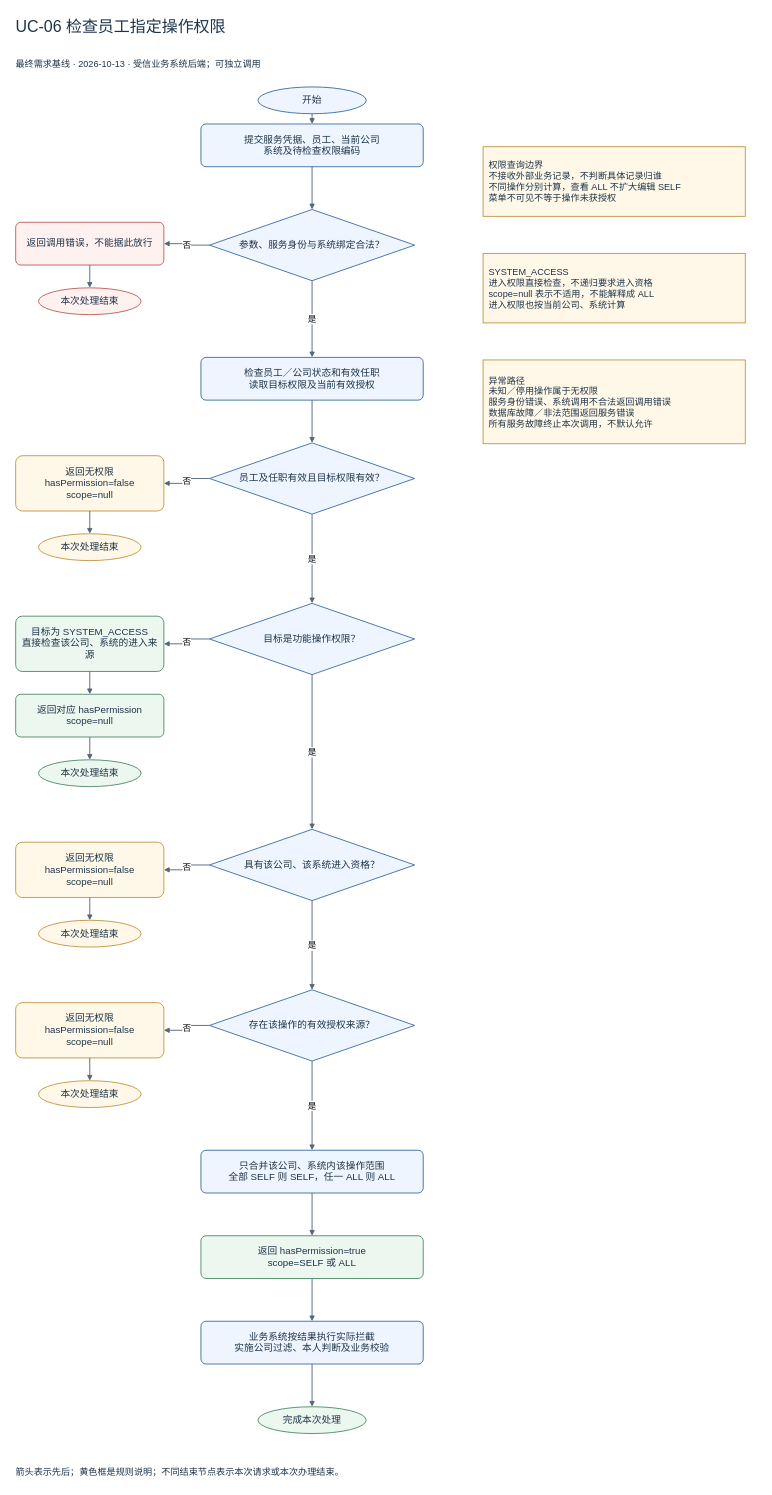
The draw.io diagram docs/flows-v1/UC-06_检查员工指定操作权限_流程图.drawio in Noah-hope/RBAC-admin, before the edit. Source tidied: cells renumbered, new cells numbered last; positions are measured from the earlier drawing's top-left corner, leaving out a move shared by most shapes. Both pictures are drawn from the tidied source at 57%, with x=0, y=0 at pixel (10, 10).
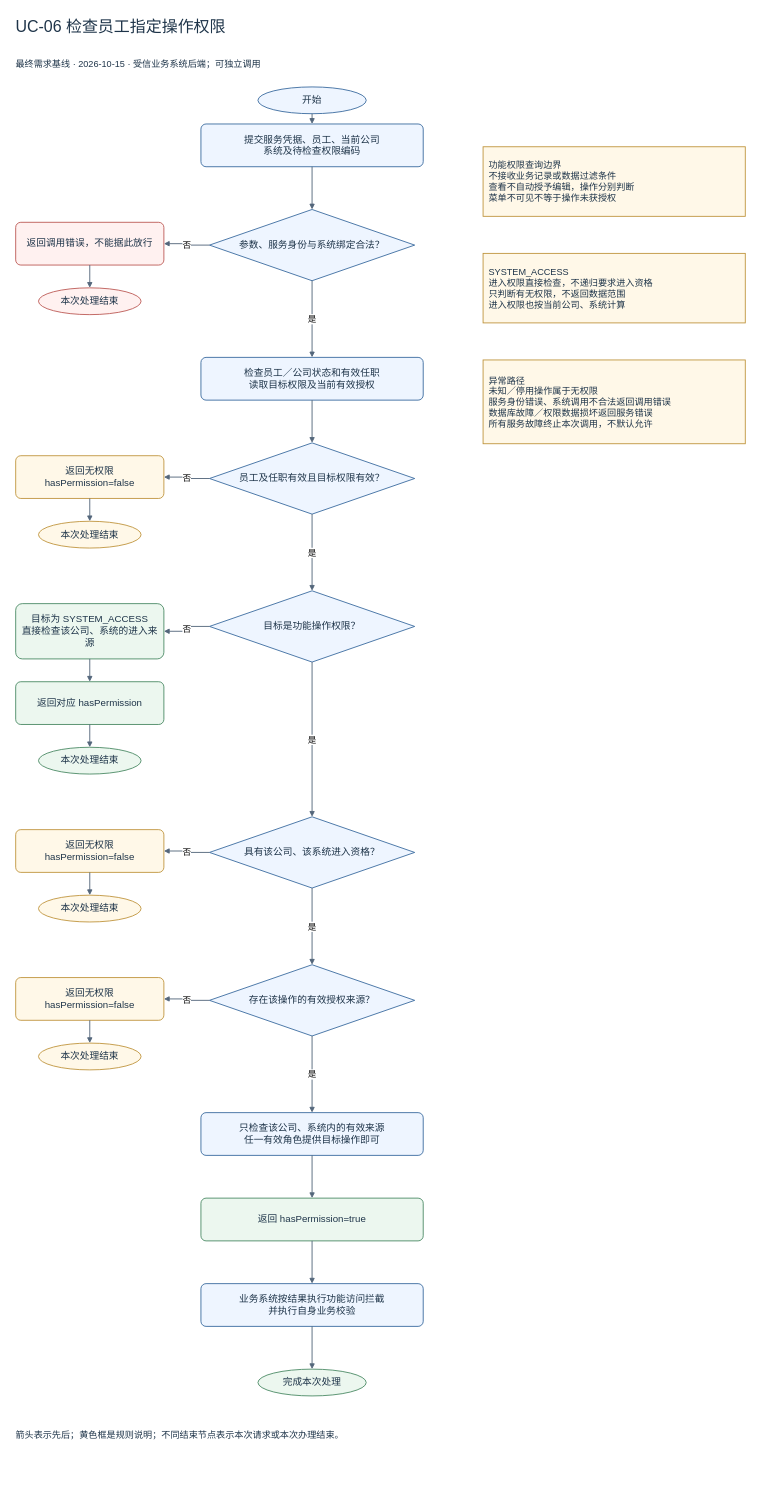
The same page after the edit.

What changed in the source:
```diff
@@
-    <mxCell id="3" value="最终需求基线 · 2026-10-13 · 受信业务系统后端；可独立调用" style="text;html=1;whiteSpace=wrap;fontFamily=Microsoft YaHei;fontSize=17;fontColor=#1e3449;align=center;verticalAlign=middle;spacing=10;fillColor=#eef5ff;strokeColor=#32649a;strokeWidth=1.5;fillColor=none;strokeColor=none;align=left;fontSize=16;" parent="1" vertex="1">
+    <mxCell id="3" value="最终需求基线 · 2026-10-15 · 受信业务系统后端；可独立调用" style="text;html=1;whiteSpace=wrap;fontFamily=Microsoft YaHei;fontSize=17;fontColor=#1e3449;align=center;verticalAlign=middle;spacing=10;fillColor=#eef5ff;strokeColor=#32649a;strokeWidth=1.5;fillColor=none;strokeColor=none;align=left;fontSize=16;" parent="1" vertex="1">
       <mxGeometry y="70" width="1320" height="50" as="geometry" />
     </mxCell>
@@
-    <mxCell id="11" value="返回无权限&lt;br&gt;hasPermission=false&lt;br&gt;scope=null" style="rounded=1;arcSize=12;html=1;whiteSpace=wrap;fontFamily=Microsoft YaHei;fontSize=17;fontColor=#1e3449;align=center;verticalAlign=middle;spacing=10;fillColor=#fff8e8;strokeColor=#bc9036;strokeWidth=1.5;" parent="1" vertex="1">
-      <mxGeometry x="10" y="782" width="260" height="97" as="geometry" />
+    <mxCell id="11" value="返回无权限&lt;br&gt;hasPermission=false" style="rounded=1;arcSize=12;html=1;whiteSpace=wrap;fontFamily=Microsoft YaHei;fontSize=17;fontColor=#1e3449;align=center;verticalAlign=middle;spacing=10;fillColor=#fff8e8;strokeColor=#bc9036;strokeWidth=1.5;" parent="1" vertex="1">
+      <mxGeometry x="10" y="782" width="260" height="75" as="geometry" />
     </mxCell>
     <mxCell id="12" value="本次处理结束" style="ellipse;html=1;whiteSpace=wrap;fontFamily=Microsoft YaHei;fontSize=17;fontColor=#1e3449;align=center;verticalAlign=middle;spacing=10;fillColor=#fff8e8;strokeColor=#bc9036;strokeWidth=1.5;" parent="1" vertex="1">
-      <mxGeometry x="50" y="919" width="180" height="47" as="geometry" />
+      <mxGeometry x="50" y="897" width="180" height="47" as="geometry" />
     </mxCell>
     <mxCell id="13" value="目标是功能操作权限？" style="rhombus;html=1;whiteSpace=wrap;fontFamily=Microsoft YaHei;fontSize=17;fontColor=#1e3449;align=center;verticalAlign=middle;spacing=10;fillColor=#eef5ff;strokeColor=#32649a;strokeWidth=1.5;" parent="1" vertex="1">
-      <mxGeometry x="350" y="1041" width="360" height="125" as="geometry" />
+      <mxGeometry x="350" y="1019" width="360" height="125" as="geometry" />
     </mxCell>
     <mxCell id="14" value="目标为 SYSTEM_ACCESS&lt;br&gt;直接检查该公司、系统的进入来源" style="rounded=1;arcSize=12;html=1;whiteSpace=wrap;fontFamily=Microsoft YaHei;fontSize=17;fontColor=#1e3449;align=center;verticalAlign=middle;spacing=10;fillColor=#ecf7ef;strokeColor=#44855e;strokeWidth=1.5;" parent="1" vertex="1">
-      <mxGeometry x="10" y="1063.5" width="260" height="97" as="geometry" />
+      <mxGeometry x="10" y="1041.5" width="260" height="97" as="geometry" />
     </mxCell>
-    <mxCell id="15" value="返回对应 hasPermission&lt;br&gt;scope=null" style="rounded=1;arcSize=12;html=1;whiteSpace=wrap;fontFamily=Microsoft YaHei;fontSize=17;fontColor=#1e3449;align=center;verticalAlign=middle;spacing=10;fillColor=#ecf7ef;strokeColor=#44855e;strokeWidth=1.5;" parent="1" vertex="1">
-      <mxGeometry x="10" y="1200.5" width="260" height="75" as="geometry" />
+    <mxCell id="15" value="返回对应 hasPermission" style="rounded=1;arcSize=12;html=1;whiteSpace=wrap;fontFamily=Microsoft YaHei;fontSize=17;fontColor=#1e3449;align=center;verticalAlign=middle;spacing=10;fillColor=#ecf7ef;strokeColor=#44855e;strokeWidth=1.5;" parent="1" vertex="1">
+      <mxGeometry x="10" y="1178.5" width="260" height="75" as="geometry" />
     </mxCell>
     <mxCell id="16" value="本次处理结束" style="ellipse;html=1;whiteSpace=wrap;fontFamily=Microsoft YaHei;fontSize=17;fontColor=#1e3449;align=center;verticalAlign=middle;spacing=10;fillColor=#ecf7ef;strokeColor=#44855e;strokeWidth=1.5;" parent="1" vertex="1">
-      <mxGeometry x="50" y="1315.5" width="180" height="47" as="geometry" />
+      <mxGeometry x="50" y="1293.5" width="180" height="47" as="geometry" />
     </mxCell>
     <mxCell id="17" value="具有该公司、该系统进入资格？" style="rhombus;html=1;whiteSpace=wrap;fontFamily=Microsoft YaHei;fontSize=17;fontColor=#1e3449;align=center;verticalAlign=middle;spacing=10;fillColor=#eef5ff;strokeColor=#32649a;strokeWidth=1.5;" parent="1" vertex="1">
-      <mxGeometry x="350" y="1437.5" width="360" height="125" as="geometry" />
+      <mxGeometry x="350" y="1415.5" width="360" height="125" as="geometry" />
     </mxCell>
-    <mxCell id="18" value="返回无权限&lt;br&gt;hasPermission=false&lt;br&gt;scope=null" style="rounded=1;arcSize=12;html=1;whiteSpace=wrap;fontFamily=Microsoft YaHei;fontSize=17;fontColor=#1e3449;align=center;verticalAlign=middle;spacing=10;fillColor=#fff8e8;strokeColor=#bc9036;strokeWidth=1.5;" parent="1" vertex="1">
-      <mxGeometry x="10" y="1460" width="260" height="97" as="geometry" />
+    <mxCell id="18" value="返回无权限&lt;br&gt;hasPermission=false" style="rounded=1;arcSize=12;html=1;whiteSpace=wrap;fontFamily=Microsoft YaHei;fontSize=17;fontColor=#1e3449;align=center;verticalAlign=middle;spacing=10;fillColor=#fff8e8;strokeColor=#bc9036;strokeWidth=1.5;" parent="1" vertex="1">
+      <mxGeometry x="10" y="1438" width="260" height="75" as="geometry" />
     </mxCell>
     <mxCell id="19" value="本次处理结束" style="ellipse;html=1;whiteSpace=wrap;fontFamily=Microsoft YaHei;fontSize=17;fontColor=#1e3449;align=center;verticalAlign=middle;spacing=10;fillColor=#fff8e8;strokeColor=#bc9036;strokeWidth=1.5;" parent="1" vertex="1">
-      <mxGeometry x="50" y="1597" width="180" height="47" as="geometry" />
+      <mxGeometry x="50" y="1553" width="180" height="47" as="geometry" />
     </mxCell>
     <mxCell id="20" value="存在该操作的有效授权来源？" style="rhombus;html=1;whiteSpace=wrap;fontFamily=Microsoft YaHei;fontSize=17;fontColor=#1e3449;align=center;verticalAlign=middle;spacing=10;fillColor=#eef5ff;strokeColor=#32649a;strokeWidth=1.5;" parent="1" vertex="1">
-      <mxGeometry x="350" y="1719" width="360" height="125" as="geometry" />
+      <mxGeometry x="350" y="1675" width="360" height="125" as="geometry" />
     </mxCell>
-    <mxCell id="21" value="返回无权限&lt;br&gt;hasPermission=false&lt;br&gt;scope=null" style="rounded=1;arcSize=12;html=1;whiteSpace=wrap;fontFamily=Microsoft YaHei;fontSize=17;fontColor=#1e3449;align=center;verticalAlign=middle;spacing=10;fillColor=#fff8e8;strokeColor=#bc9036;strokeWidth=1.5;" parent="1" vertex="1">
-      <mxGeometry x="10" y="1741.5" width="260" height="97" as="geometry" />
+    <mxCell id="21" value="返回无权限&lt;br&gt;hasPermission=false" style="rounded=1;arcSize=12;html=1;whiteSpace=wrap;fontFamily=Microsoft YaHei;fontSize=17;fontColor=#1e3449;align=center;verticalAlign=middle;spacing=10;fillColor=#fff8e8;strokeColor=#bc9036;strokeWidth=1.5;" parent="1" vertex="1">
+      <mxGeometry x="10" y="1697.5" width="260" height="75" as="geometry" />
     </mxCell>
     <mxCell id="22" value="本次处理结束" style="ellipse;html=1;whiteSpace=wrap;fontFamily=Microsoft YaHei;fontSize=17;fontColor=#1e3449;align=center;verticalAlign=middle;spacing=10;fillColor=#fff8e8;strokeColor=#bc9036;strokeWidth=1.5;" parent="1" vertex="1">
-      <mxGeometry x="50" y="1878.5" width="180" height="47" as="geometry" />
+      <mxGeometry x="50" y="1812.5" width="180" height="47" as="geometry" />
     </mxCell>
-    <mxCell id="23" value="只合并该公司、系统内该操作范围&lt;br&gt;全部 SELF 则 SELF，任一 ALL 则 ALL" style="rounded=1;arcSize=12;html=1;whiteSpace=wrap;fontFamily=Microsoft YaHei;fontSize=17;fontColor=#1e3449;align=center;verticalAlign=middle;spacing=10;fillColor=#eef5ff;strokeColor=#32649a;strokeWidth=1.5;" parent="1" vertex="1">
-      <mxGeometry x="335" y="2000.5" width="390" height="75" as="geometry" />
+    <mxCell id="23" value="只检查该公司、系统内的有效来源&lt;br&gt;任一有效角色提供目标操作即可" style="rounded=1;arcSize=12;html=1;whiteSpace=wrap;fontFamily=Microsoft YaHei;fontSize=17;fontColor=#1e3449;align=center;verticalAlign=middle;spacing=10;fillColor=#eef5ff;strokeColor=#32649a;strokeWidth=1.5;" parent="1" vertex="1">
+      <mxGeometry x="335" y="1934.5" width="390" height="75" as="geometry" />
     </mxCell>
-    <mxCell id="24" value="返回 hasPermission=true&lt;br&gt;scope=SELF 或 ALL" style="rounded=1;arcSize=12;html=1;whiteSpace=wrap;fontFamily=Microsoft YaHei;fontSize=17;fontColor=#1e3449;align=center;verticalAlign=middle;spacing=10;fillColor=#ecf7ef;strokeColor=#44855e;strokeWidth=1.5;" parent="1" vertex="1">
-      <mxGeometry x="335" y="2150.5" width="390" height="75" as="geometry" />
+    <mxCell id="24" value="返回 hasPermission=true" style="rounded=1;arcSize=12;html=1;whiteSpace=wrap;fontFamily=Microsoft YaHei;fontSize=17;fontColor=#1e3449;align=center;verticalAlign=middle;spacing=10;fillColor=#ecf7ef;strokeColor=#44855e;strokeWidth=1.5;" parent="1" vertex="1">
+      <mxGeometry x="335" y="2084.5" width="390" height="75" as="geometry" />
     </mxCell>
-    <mxCell id="25" value="业务系统按结果执行实际拦截&lt;br&gt;实施公司过滤、本人判断及业务校验" style="rounded=1;arcSize=12;html=1;whiteSpace=wrap;fontFamily=Microsoft YaHei;fontSize=17;fontColor=#1e3449;align=center;verticalAlign=middle;spacing=10;fillColor=#eef5ff;strokeColor=#32649a;strokeWidth=1.5;" parent="1" vertex="1">
-      <mxGeometry x="335" y="2300.5" width="390" height="75" as="geometry" />
+    <mxCell id="25" value="业务系统按结果执行功能访问拦截&lt;br&gt;并执行自身业务校验" style="rounded=1;arcSize=12;html=1;whiteSpace=wrap;fontFamily=Microsoft YaHei;fontSize=17;fontColor=#1e3449;align=center;verticalAlign=middle;spacing=10;fillColor=#eef5ff;strokeColor=#32649a;strokeWidth=1.5;" parent="1" vertex="1">
+      <mxGeometry x="335" y="2234.5" width="390" height="75" as="geometry" />
     </mxCell>
     <mxCell id="26" value="完成本次处理" style="ellipse;html=1;whiteSpace=wrap;fontFamily=Microsoft YaHei;fontSize=17;fontColor=#1e3449;align=center;verticalAlign=middle;spacing=10;fillColor=#ecf7ef;strokeColor=#44855e;strokeWidth=1.5;" parent="1" vertex="1">
-      <mxGeometry x="435" y="2450.5" width="190" height="47" as="geometry" />
+      <mxGeometry x="435" y="2384.5" width="190" height="47" as="geometry" />
     </mxCell>
-    <mxCell id="27" value="权限查询边界&lt;br&gt;不接收外部业务记录，不判断具体记录归谁&lt;br&gt;不同操作分别计算，查看 ALL 不扩大编辑 SELF&lt;br&gt;菜单不可见不等于操作未获授权" style="rounded=0;html=1;whiteSpace=wrap;fontFamily=Microsoft YaHei;fontSize=17;fontColor=#1e3449;align=center;verticalAlign=middle;spacing=10;fillColor=#fff8e8;strokeColor=#bc9036;strokeWidth=1.5;align=left;fontSize=16;" parent="1" vertex="1">
+    <mxCell id="27" value="功能权限查询边界&lt;br&gt;不接收业务记录或数据过滤条件&lt;br&gt;查看不自动授予编辑，操作分别判断&lt;br&gt;菜单不可见不等于操作未获授权" style="rounded=0;html=1;whiteSpace=wrap;fontFamily=Microsoft YaHei;fontSize=17;fontColor=#1e3449;align=center;verticalAlign=middle;spacing=10;fillColor=#fff8e8;strokeColor=#bc9036;strokeWidth=1.5;align=left;fontSize=16;" parent="1" vertex="1">
       <mxGeometry x="830" y="240" width="460" height="122" as="geometry" />
     </mxCell>
-    <mxCell id="28" value="SYSTEM_ACCESS&lt;br&gt;进入权限直接检查，不递归要求进入资格&lt;br&gt;scope=null 表示不适用，不能解释成 ALL&lt;br&gt;进入权限也按当前公司、系统计算" style="rounded=0;html=1;whiteSpace=wrap;fontFamily=Microsoft YaHei;fontSize=17;fontColor=#1e3449;align=center;verticalAlign=middle;spacing=10;fillColor=#fff8e8;strokeColor=#bc9036;strokeWidth=1.5;align=left;fontSize=16;" parent="1" vertex="1">
+    <mxCell id="28" value="SYSTEM_ACCESS&lt;br&gt;进入权限直接检查，不递归要求进入资格&lt;br&gt;只判断有无权限，不返回数据范围&lt;br&gt;进入权限也按当前公司、系统计算" style="rounded=0;html=1;whiteSpace=wrap;fontFamily=Microsoft YaHei;fontSize=17;fontColor=#1e3449;align=center;verticalAlign=middle;spacing=10;fillColor=#fff8e8;strokeColor=#bc9036;strokeWidth=1.5;align=left;fontSize=16;" parent="1" vertex="1">
       <mxGeometry x="830" y="427" width="460" height="122" as="geometry" />
     </mxCell>
-    <mxCell id="29" value="异常路径&lt;br&gt;未知／停用操作属于无权限&lt;br&gt;服务身份错误、系统调用不合法返回调用错误&lt;br&gt;数据库故障／非法范围返回服务错误&lt;br&gt;所有服务故障终止本次调用，不默认允许" style="rounded=0;html=1;whiteSpace=wrap;fontFamily=Microsoft YaHei;fontSize=17;fontColor=#1e3449;align=center;verticalAlign=middle;spacing=10;fillColor=#fff8e8;strokeColor=#bc9036;strokeWidth=1.5;align=left;fontSize=16;" parent="1" vertex="1">
+    <mxCell id="29" value="异常路径&lt;br&gt;未知／停用操作属于无权限&lt;br&gt;服务身份错误、系统调用不合法返回调用错误&lt;br&gt;数据库故障／权限数据损坏返回服务错误&lt;br&gt;所有服务故障终止本次调用，不默认允许" style="rounded=0;html=1;whiteSpace=wrap;fontFamily=Microsoft YaHei;fontSize=17;fontColor=#1e3449;align=center;verticalAlign=middle;spacing=10;fillColor=#fff8e8;strokeColor=#bc9036;strokeWidth=1.5;align=left;fontSize=16;" parent="1" vertex="1">
       <mxGeometry x="830" y="614" width="460" height="147" as="geometry" />
     </mxCell>
     <mxCell id="30" value="箭头表示先后；黄色框是规则说明；不同结束节点表示本次请求或本次办理结束。" style="text;html=1;whiteSpace=wrap;fontFamily=Microsoft YaHei;fontSize=17;fontColor=#1e3449;align=center;verticalAlign=middle;spacing=10;fillColor=#eef5ff;strokeColor=#32649a;strokeWidth=1.5;fillColor=none;strokeColor=none;align=left;fontSize=16;" parent="1" vertex="1">
-      <mxGeometry y="2541" width="1320" height="47" as="geometry" />
+      <mxGeometry y="2475" width="1320" height="47" as="geometry" />
     </mxCell>
```
